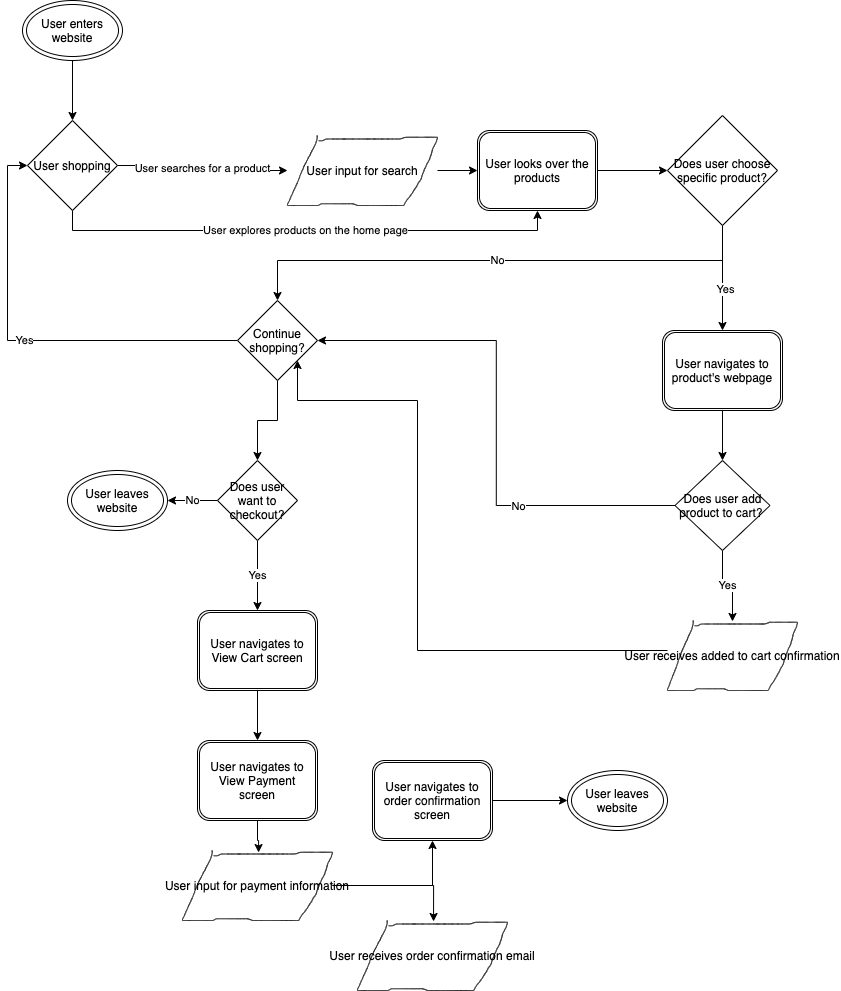
This is explore/diagramming/diagram.drawio.png from justinnguyen0/fa21-cse110-lab4, a draw.io export, as it was before one commit. Source tidied: cells renumbered, new cells last; positions are measured from the earlier drawing's top-left corner, leaving out a move shared by most shapes.
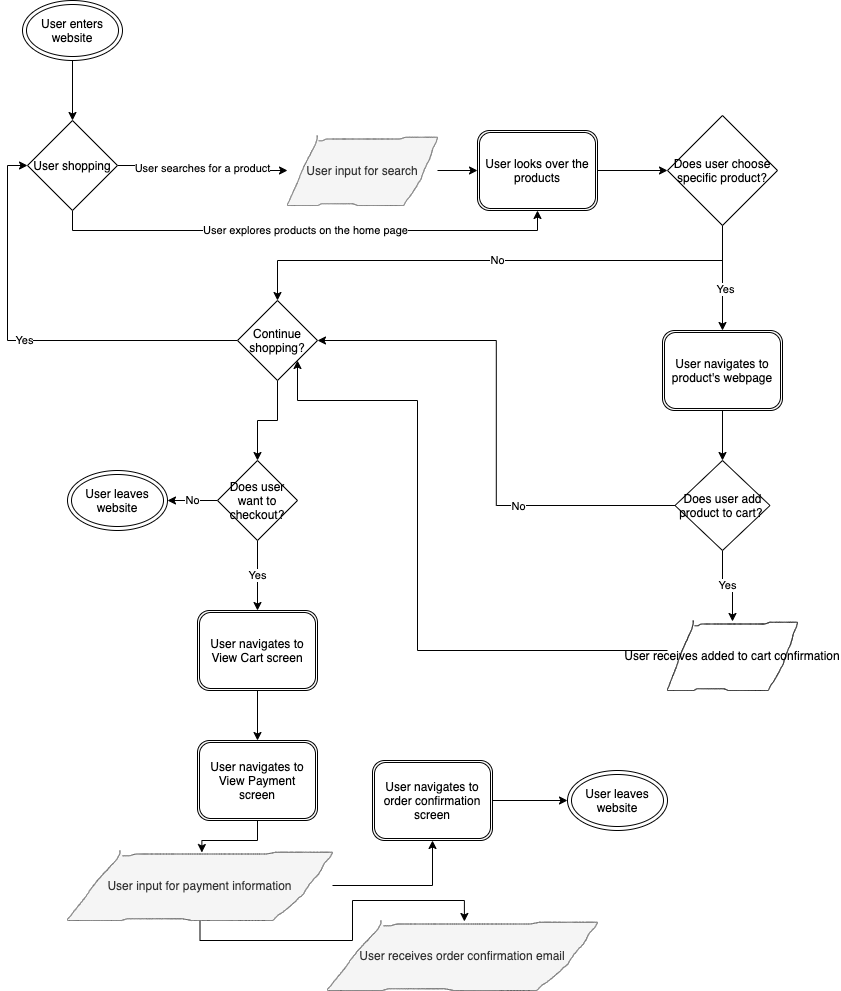
After the commit.

Commit message:
modifying diagram

Diff of the diagram source:
```diff
@@ -20,7 +20,7 @@
     <mxCell id="7" style="edgeStyle=orthogonalEdgeStyle;rounded=0;jettySize=auto;html=1;entryX=0;entryY=0.5;entryDx=0;entryDy=0;" parent="1" edge="1" source="8" target="10">
       <mxGeometry relative="1" as="geometry" />
     </mxCell>
-    <mxCell id="8" value="User input for search" style="shape=(stored shape, 4872 characters);fillColor=none;" parent="1" vertex="1">
+    <mxCell id="8" value="User input for search" style="shape=(stored shape, 4872 characters);fillColor=#f5f5f5;strokeColor=#666666;fontColor=#333333;" parent="1" vertex="1">
       <mxGeometry x="265" y="135" width="150" height="70" as="geometry" />
     </mxCell>
     <mxCell id="9" style="edgeStyle=orthogonalEdgeStyle;rounded=0;jettySize=auto;html=1;entryX=0;entryY=0.5;entryDx=0;entryDy=0;" parent="1" edge="1" source="10" target="14">
@@ -117,11 +117,11 @@
     <mxCell id="35" style="edgeStyle=orthogonalEdgeStyle;rounded=0;jettySize=auto;html=1;entryX=0.5;entryY=1;entryDx=0;entryDy=0;" parent="1" edge="1" source="36" target="39">
       <mxGeometry relative="1" as="geometry" />
     </mxCell>
-    <mxCell id="36" value="User input for payment information" style="shape=(stored shape, 4872 characters);fillColor=none;" parent="1" vertex="1">
-      <mxGeometry x="160" y="850" width="150" height="70" as="geometry" />
+    <mxCell id="36" value="User input for payment information" style="shape=(stored shape, 4872 characters);fillColor=#f5f5f5;strokeColor=#666666;fontColor=#333333;" parent="1" vertex="1">
+      <mxGeometry x="45" y="850" width="265" height="70" as="geometry" />
     </mxCell>
-    <mxCell id="37" value="User receives order confirmation email" style="shape=(stored shape, 4872 characters);fillColor=none;" parent="1" vertex="1">
-      <mxGeometry x="335" y="920" width="150" height="70" as="geometry" />
+    <mxCell id="37" value="User receives order confirmation email" style="shape=(stored shape, 4872 characters);fillColor=#f5f5f5;strokeColor=#666666;fontColor=#333333;" parent="1" vertex="1">
+      <mxGeometry x="305" y="920" width="270" height="70" as="geometry" />
     </mxCell>
     <mxCell id="38" style="edgeStyle=orthogonalEdgeStyle;rounded=0;jettySize=auto;html=1;entryX=0;entryY=0.5;entryDx=0;entryDy=0;" parent="1" edge="1" source="39" target="40">
       <mxGeometry relative="1" as="geometry" />
```
